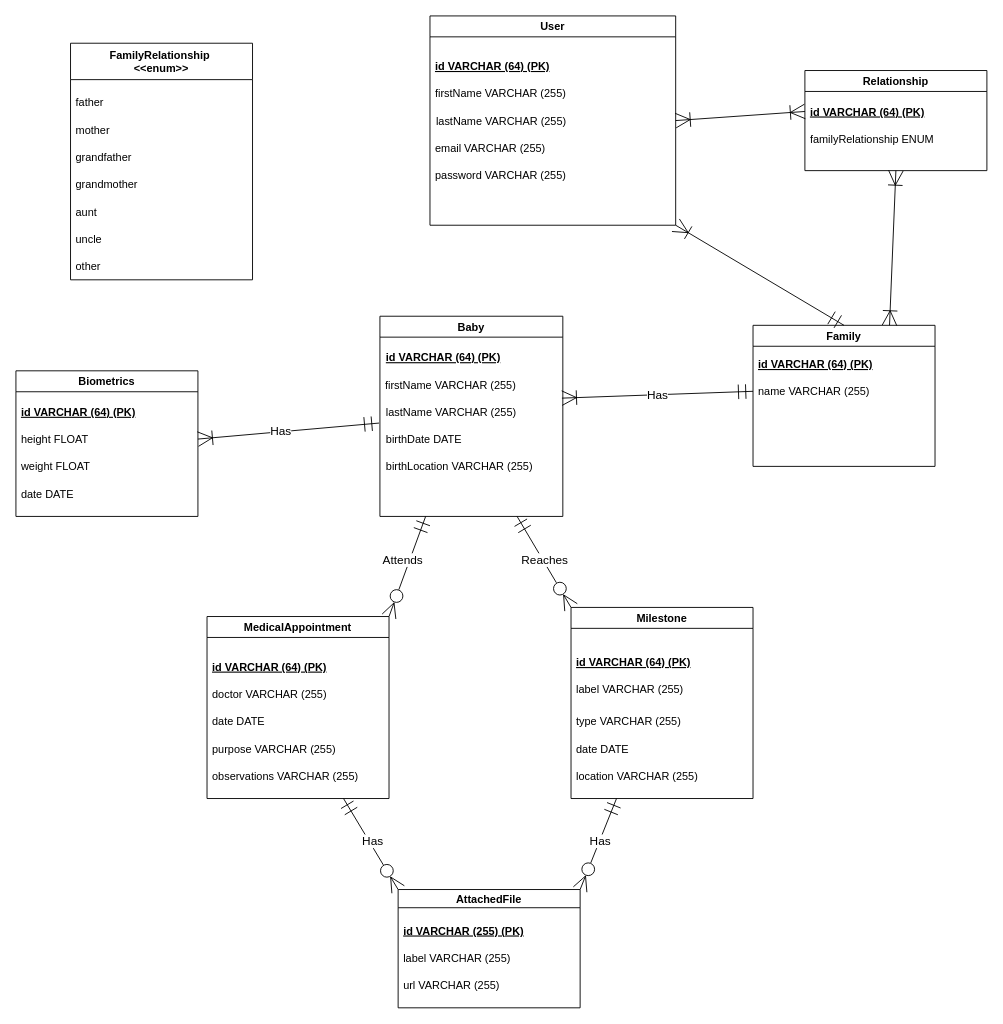
Earlier version of the draw.io diagram diagram/ERD.drawio (MikeJacquot/BPT-backend). Source tidied: cells renumbered, new cells numbered last; positions are measured from the earlier drawing's top-left corner, leaving out a move shared by most shapes. Both pictures are drawn from the tidied source at 91%, with x=0, y=0 at pixel (15, 15).
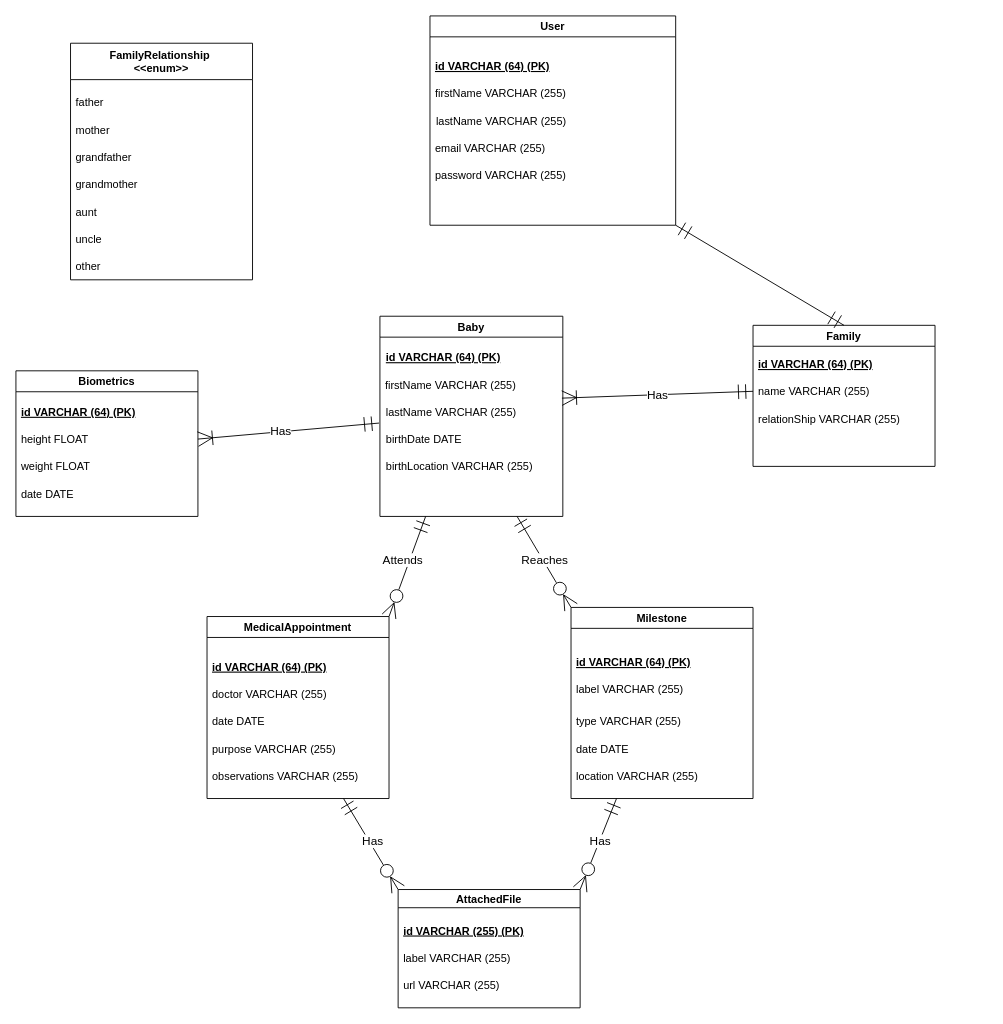
The same page after the edit.

The change refers to these unchanged cells:
```xml
<mxCell id="3" value="User" style="swimlane;" parent="1" vertex="1">
  <mxGeometry x="455" width="270" height="230" as="geometry" />
</mxCell>
<mxCell id="9" value="Family" style="swimlane;" parent="1" vertex="1">
  <mxGeometry x="810" y="340" width="200" height="155" as="geometry" />
</mxCell>
```

Diff of the diagram source:
```diff
@@
-    <mxCell id="2" style="edgeStyle=none;html=1;exitX=1;exitY=0.5;exitDx=0;exitDy=0;entryX=0;entryY=0.5;entryDx=0;entryDy=0;endArrow=ERoneToMany;endFill=0;startArrow=ERoneToMany;startFill=0;endSize=14;startSize=14;" parent="1" edge="1" source="3" target="64">
-      <mxGeometry relative="1" as="geometry" />
-    </mxCell>
@@
+    <mxCell id="65" value="relationShip VARCHAR (255)" style="text;strokeColor=none;fillColor=none;align=left;verticalAlign=middle;spacingLeft=4;spacingRight=4;overflow=hidden;" parent="9" vertex="1">
+      <mxGeometry y="87.5" width="200" height="30" as="geometry" />
+    </mxCell>
@@
-    <mxCell id="40" style="edgeStyle=none;html=1;exitX=1;exitY=1;exitDx=0;exitDy=0;entryX=0.5;entryY=0;entryDx=0;entryDy=0;fontSize=13;startArrow=ERoneToMany;startFill=0;endArrow=ERmandOne;endFill=0;startSize=14;endSize=14;" parent="1" edge="1" source="3" target="9">
+    <mxCell id="40" style="edgeStyle=none;html=1;exitX=1;exitY=1;exitDx=0;exitDy=0;entryX=0.5;entryY=0;entryDx=0;entryDy=0;fontSize=13;startArrow=ERmandOne;startFill=0;endArrow=ERmandOne;endFill=0;startSize=14;endSize=14;" parent="1" edge="1" source="3" target="9">
       <mxGeometry relative="1" as="geometry" />
     </mxCell>
@@
-    <mxCell id="61" style="edgeStyle=none;html=1;exitX=0.5;exitY=1;exitDx=0;exitDy=0;entryX=0.75;entryY=0;entryDx=0;entryDy=0;startArrow=ERoneToMany;startFill=0;endArrow=ERoneToMany;endFill=0;endSize=14;startSize=14;" parent="1" edge="1" source="62" target="9">
-      <mxGeometry relative="1" as="geometry" />
-    </mxCell>
-    <mxCell id="62" value="Relationship" style="swimlane;" parent="1" vertex="1">
-      <mxGeometry x="867" y="60" width="200" height="110" as="geometry" />
-    </mxCell>
-    <mxCell id="63" value="familyRelationship ENUM" style="text;strokeColor=none;fillColor=none;align=left;verticalAlign=middle;spacingLeft=4;spacingRight=4;overflow=hidden;" parent="62" vertex="1">
-      <mxGeometry y="60" width="200" height="30" as="geometry" />
-    </mxCell>
-    <mxCell id="64" value="id VARCHAR (64) (PK)" style="text;strokeColor=none;fillColor=none;align=left;verticalAlign=middle;spacingLeft=4;spacingRight=4;overflow=hidden;points=[[0,0.5],[1,0.5]];portConstraint=eastwest;fontStyle=5;" parent="62" vertex="1">
-      <mxGeometry y="30" width="200" height="30" as="geometry" />
-    </mxCell>
```
